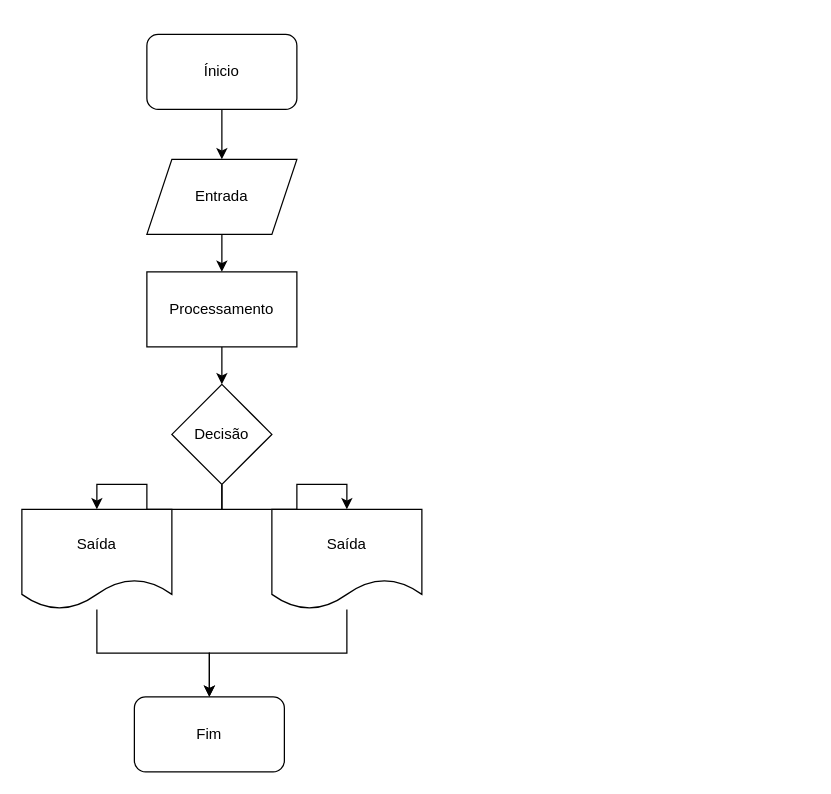
Earlier version of the draw.io diagram src/aula01/Untitled Diagram.drawio (diegocorrea1/mdc118). Source tidied: cells renumbered, new cells numbered last; positions are measured from the earlier drawing's top-left corner, leaving out a move shared by most shapes. Both pictures are drawn from the tidied source at 125%, with x=0, y=0 at pixel (21, 34).
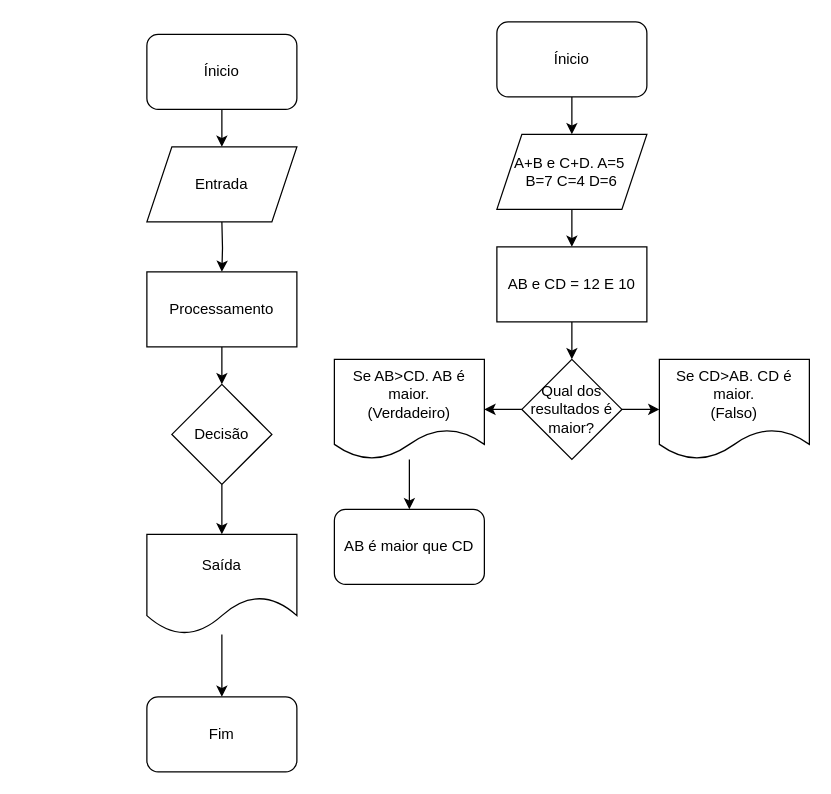
Above is the later version.

Unchanged cells that the change refers to:
```xml
<mxCell id="4" value="Ínicio" style="rounded=1;whiteSpace=wrap;html=1;" parent="1" vertex="1">
  <mxGeometry x="100" width="120" height="60" as="geometry" />
</mxCell>
<mxCell id="10" value="Processamento" style="rounded=0;whiteSpace=wrap;html=1;" parent="1" vertex="1">
  <mxGeometry x="100" y="190" width="120" height="60" as="geometry" />
</mxCell>
<mxCell id="13" value="Decisão" style="rhombus;whiteSpace=wrap;html=1;" parent="1" vertex="1">
  <mxGeometry x="120" y="280" width="80" height="80" as="geometry" />
</mxCell>
```

Diff of the diagram source:
```diff
@@
     <mxCell id="2" value="Fim" style="rounded=1;whiteSpace=wrap;html=1;" parent="1" vertex="1">
-      <mxGeometry x="90" y="530" width="120" height="60" as="geometry" />
+      <mxGeometry x="100" y="530" width="120" height="60" as="geometry" />
     </mxCell>
-    <mxCell id="3" style="edgeStyle=orthogonalEdgeStyle;rounded=0;jettySize=auto;html=1;" parent="1" edge="1" source="4" target="6">
-      <mxGeometry relative="1" as="geometry" />
+    <mxCell id="3" style="edgeStyle=orthogonalEdgeStyle;rounded=0;jettySize=auto;html=1;" parent="1" edge="1" source="4">
+      <mxGeometry relative="1" as="geometry">
+        <mxPoint x="160" y="90" as="targetPoint" />
+      </mxGeometry>
     </mxCell>
@@
-    <mxCell id="5" style="edgeStyle=orthogonalEdgeStyle;rounded=0;jettySize=auto;html=1;" parent="1" edge="1" source="6" target="10">
-      <mxGeometry relative="1" as="geometry" />
+    <mxCell id="5" style="edgeStyle=orthogonalEdgeStyle;rounded=0;jettySize=auto;html=1;" parent="1" edge="1" target="10">
+      <mxGeometry relative="1" as="geometry">
+        <mxPoint x="160" y="150" as="sourcePoint" />
+      </mxGeometry>
     </mxCell>
-    <mxCell id="6" value="Entrada" style="shape=parallelogram;perimeter=parallelogramPerimeter;whiteSpace=wrap;html=1;fixedSize=1;" parent="1" vertex="1">
-      <mxGeometry x="100" y="100" width="120" height="60" as="geometry" />
-    </mxCell>
@@
-    <mxCell id="8" value="Saída" style="shape=document;whiteSpace=wrap;html=1;boundedLbl=1;" parent="1" vertex="1">
-      <mxGeometry y="380" width="120" height="80" as="geometry" />
+    <mxCell id="8" value="Saída" style="shape=document;whiteSpace=wrap;html=1;boundedLbl=1;size=0.375;" parent="1" vertex="1">
+      <mxGeometry x="100" y="400" width="120" height="80" as="geometry" />
     </mxCell>
@@
-    <mxCell id="12" style="edgeStyle=orthogonalEdgeStyle;rounded=0;jettySize=auto;html=1;" parent="1" edge="1" source="13" target="15">
-      <mxGeometry relative="1" as="geometry" />
-    </mxCell>
@@
-    <mxCell id="14" style="edgeStyle=orthogonalEdgeStyle;rounded=0;jettySize=auto;html=1;" parent="1" edge="1" source="15" target="2">
-      <mxGeometry relative="1" as="geometry" />
-    </mxCell>
-    <mxCell id="15" value="Saída" style="shape=document;whiteSpace=wrap;html=1;boundedLbl=1;" parent="1" vertex="1">
-      <mxGeometry x="200" y="380" width="120" height="80" as="geometry" />
-    </mxCell>
+    <mxCell id="6" value="Entrada" style="shape=parallelogram;perimeter=parallelogramPerimeter;whiteSpace=wrap;html=1;fixedSize=1;" parent="1" vertex="1">
+      <mxGeometry x="100" y="90" width="120" height="60" as="geometry" />
+    </mxCell>
+    <mxCell id="16" style="edgeStyle=orthogonalEdgeStyle;rounded=0;jettySize=auto;html=1;" parent="1" edge="1" source="17" target="19">
+      <mxGeometry relative="1" as="geometry" />
+    </mxCell>
+    <mxCell id="17" value="Ínicio" style="rounded=1;whiteSpace=wrap;html=1;" parent="1" vertex="1">
+      <mxGeometry x="380" y="-10" width="120" height="60" as="geometry" />
+    </mxCell>
+    <mxCell id="18" style="edgeStyle=orthogonalEdgeStyle;rounded=0;jettySize=auto;html=1;" parent="1" edge="1" source="19" target="21">
+      <mxGeometry relative="1" as="geometry" />
+    </mxCell>
+    <mxCell id="19" value="A+B e C+D. A=5&amp;nbsp;&lt;br&gt;B=7 C=4 D=6&lt;br&gt;" style="shape=parallelogram;perimeter=parallelogramPerimeter;whiteSpace=wrap;html=1;fixedSize=1;" parent="1" vertex="1">
+      <mxGeometry x="380" y="80" width="120" height="60" as="geometry" />
+    </mxCell>
+    <mxCell id="20" style="edgeStyle=orthogonalEdgeStyle;rounded=0;jettySize=auto;html=1;" parent="1" edge="1" source="21" target="24">
+      <mxGeometry relative="1" as="geometry" />
+    </mxCell>
+    <mxCell id="21" value="AB e CD = 12 E 10" style="rounded=0;whiteSpace=wrap;html=1;" parent="1" vertex="1">
+      <mxGeometry x="380" y="170" width="120" height="60" as="geometry" />
+    </mxCell>
+    <mxCell id="22" style="edgeStyle=orthogonalEdgeStyle;rounded=0;jettySize=auto;html=1;" parent="1" edge="1" source="24" target="27">
+      <mxGeometry relative="1" as="geometry" />
+    </mxCell>
+    <mxCell id="23" style="edgeStyle=orthogonalEdgeStyle;rounded=0;jettySize=auto;html=1;" parent="1" edge="1" source="24" target="25">
+      <mxGeometry relative="1" as="geometry" />
+    </mxCell>
+    <mxCell id="24" value="Qual dos resultados é maior?" style="rhombus;whiteSpace=wrap;html=1;" parent="1" vertex="1">
+      <mxGeometry x="400" y="260" width="80" height="80" as="geometry" />
+    </mxCell>
+    <mxCell id="25" value="Se CD&amp;gt;AB. CD é maior.&lt;br&gt;(Falso)" style="shape=document;whiteSpace=wrap;html=1;boundedLbl=1;" parent="1" vertex="1">
+      <mxGeometry x="510" y="260" width="120" height="80" as="geometry" />
+    </mxCell>
+    <mxCell id="26" style="edgeStyle=orthogonalEdgeStyle;rounded=0;jettySize=auto;html=1;" parent="1" edge="1" source="27" target="28">
+      <mxGeometry relative="1" as="geometry" />
+    </mxCell>
+    <mxCell id="27" value="Se AB&amp;gt;CD. AB é maior.&lt;br&gt;(Verdadeiro)" style="shape=document;whiteSpace=wrap;html=1;boundedLbl=1;" parent="1" vertex="1">
+      <mxGeometry x="250" y="260" width="120" height="80" as="geometry" />
+    </mxCell>
+    <mxCell id="28" value="AB é maior que CD" style="rounded=1;whiteSpace=wrap;html=1;" parent="1" vertex="1">
+      <mxGeometry x="250" y="380" width="120" height="60" as="geometry" />
+    </mxCell>
```
